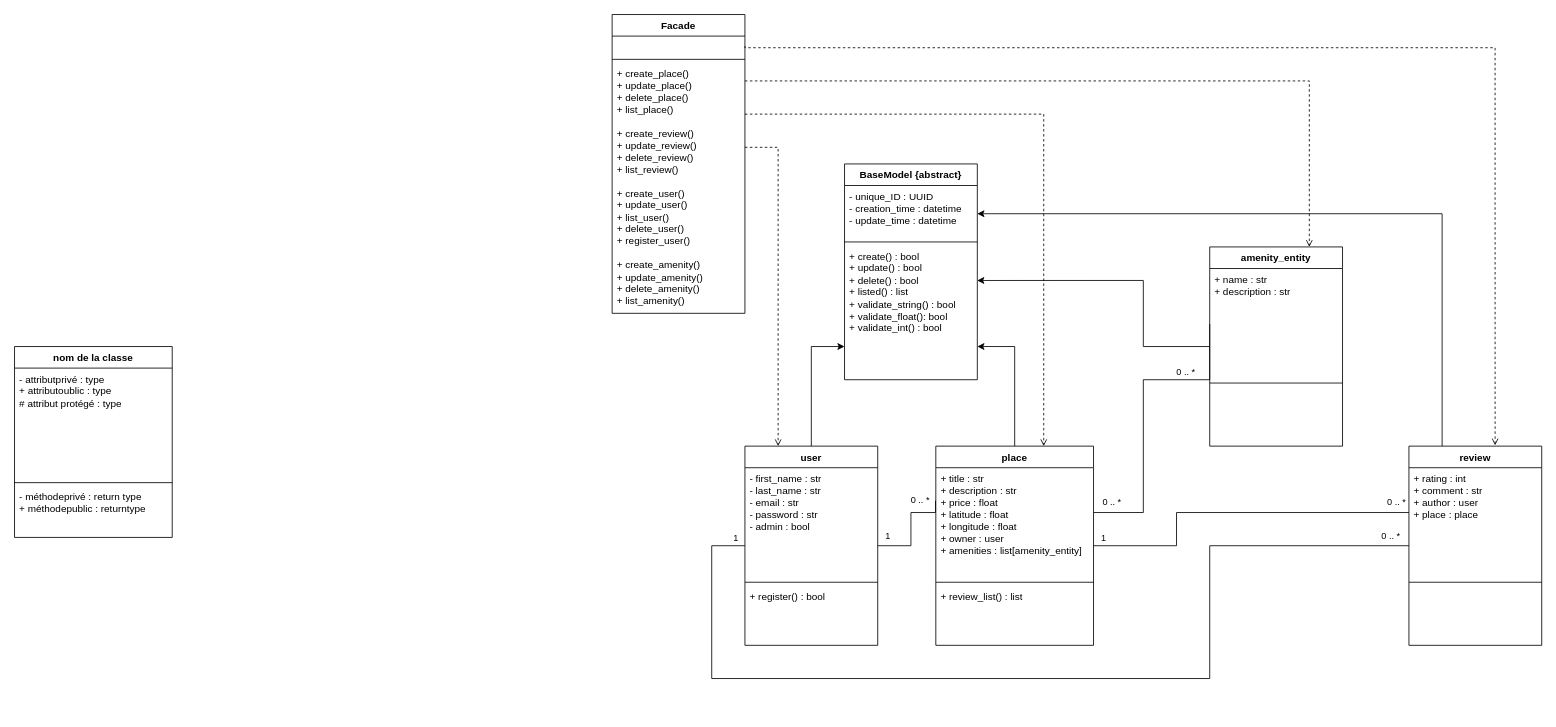
OursBlanc42/holberton_hbnb keeps this draw.io diagram as class_diagram.drawio. Above is the earlier version. Source tidied: cells renumbered, new cells numbered last; positions are measured from the earlier drawing's top-left corner, leaving out a move shared by most shapes. Both pictures are drawn from the tidied source at 83%, with x=0, y=0 at pixel (14, 14).
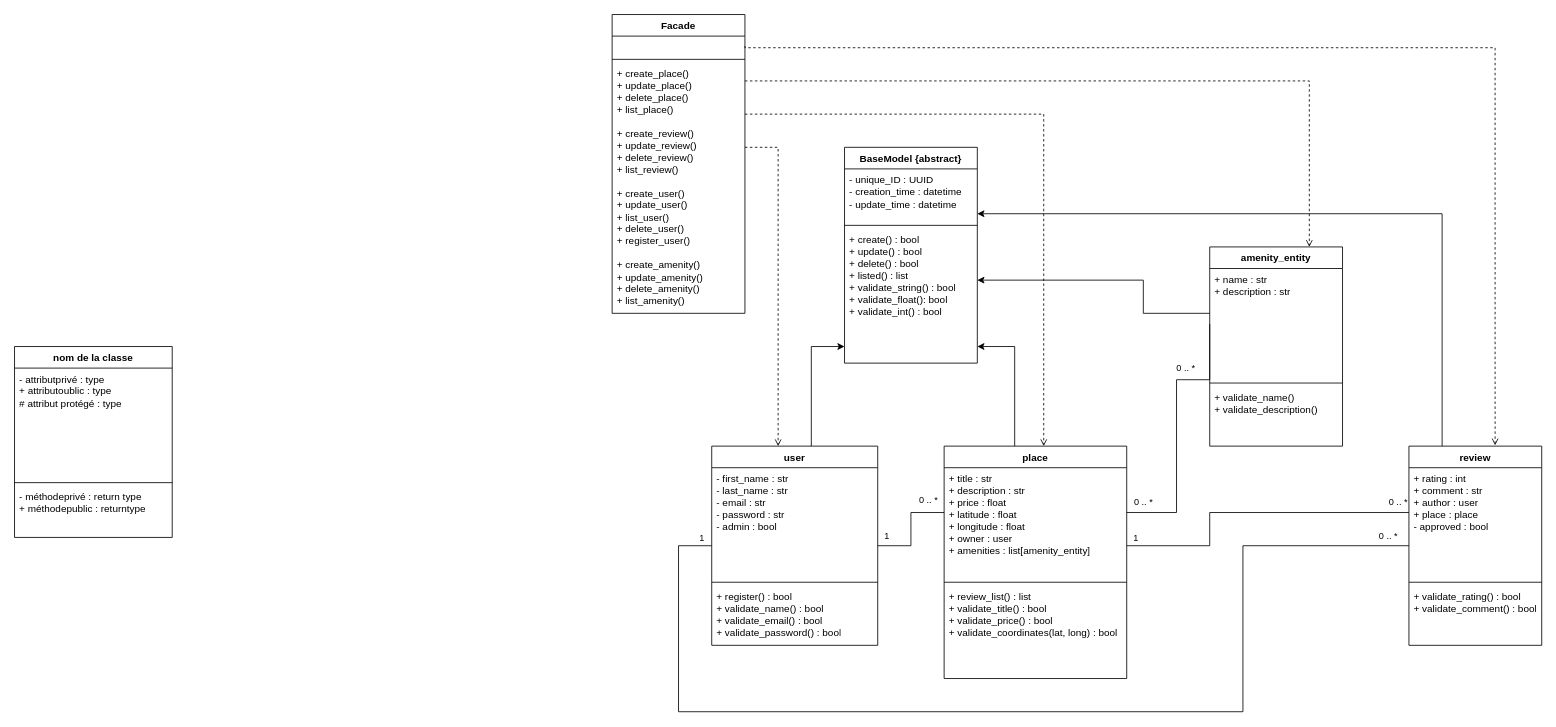
Above is the later version.

Commit message (it also covers changes not shown here):
add diagram creating place, and enhance explanation in .md

Unchanged cells that the change refers to:
```xml
<mxCell id="17" value="+ create() : bool&lt;div&gt;+ update() : bool&lt;/div&gt;&lt;div&gt;+ delete() : bool&lt;/div&gt;&lt;div&gt;+ listed() : list&lt;/div&gt;&lt;div&gt;+ validate_string() : bool&lt;/div&gt;&lt;div&gt;+ validate_float(): bool&lt;/div&gt;&lt;div&gt;&lt;span style=&quot;background-color: initial;&quot;&gt;+ validate_int() : bool&lt;/span&gt;&lt;br&gt;&lt;/div&gt;" style="text;strokeColor=none;fillColor=none;align=left;verticalAlign=top;spacingLeft=4;spacingRight=4;overflow=hidden;points=[[0,0.5],[1,0.5]];portConstraint=eastwest;whiteSpace=wrap;html=1;" parent="14" vertex="1">
  <mxGeometry y="98" width="160" height="162" as="geometry" />
</mxCell>
<mxCell id="24" value="review" style="swimlane;fontStyle=1;align=center;verticalAlign=top;horizontal=1;startSize=26;whiteSpace=wrap;html=1;" parent="1" vertex="1">
  <mxGeometry x="1680" y="520" width="160" height="240" as="geometry" />
</mxCell>
<mxCell id="28" value="amenity_entity" style="swimlane;fontStyle=1;align=center;verticalAlign=top;horizontal=1;startSize=26;whiteSpace=wrap;html=1;" parent="1" vertex="1">
  <mxGeometry x="1440" y="280" width="160" height="240" as="geometry" />
</mxCell>
<mxCell id="29" value="+ name : str&lt;div&gt;+ description : str&lt;/div&gt;" style="text;strokeColor=none;fillColor=none;align=left;verticalAlign=top;spacingLeft=4;spacingRight=4;overflow=hidden;points=[[0,0.5],[1,0.5]];portConstraint=eastwest;whiteSpace=wrap;html=1;" parent="28" vertex="1">
  <mxGeometry y="26" width="160" height="134" as="geometry" />
</mxCell>
<mxCell id="45" value="+ create_place()&lt;div&gt;+ update_place()&lt;/div&gt;&lt;div&gt;+ delete_place()&lt;/div&gt;&lt;div&gt;+ list_place()&lt;/div&gt;&lt;div&gt;&lt;br&gt;&lt;/div&gt;&lt;div&gt;+ create_review()&lt;br&gt;+ update_review()&lt;/div&gt;&lt;div&gt;+ delete_review()&lt;/div&gt;&lt;div&gt;+ list_review()&lt;/div&gt;&lt;div&gt;&lt;br&gt;&lt;/div&gt;&lt;div&gt;+ create_user()&lt;/div&gt;&lt;div&gt;+ update_user()&lt;/div&gt;&lt;div&gt;+ list_user()&lt;/div&gt;&lt;div&gt;+ delete_user()&lt;/div&gt;&lt;div&gt;+ register_user()&lt;/div&gt;&lt;div&gt;&lt;br&gt;&lt;/div&gt;&lt;div&gt;+ create_amenity()&lt;/div&gt;&lt;div&gt;+ update_amenity()&lt;/div&gt;&lt;div&gt;+ delete_amenity()&lt;/div&gt;&lt;div&gt;+ list_amenity()&lt;/div&gt;&lt;div&gt;&lt;br&gt;&lt;/div&gt;&lt;div&gt;&lt;br&gt;&lt;/div&gt;" style="text;strokeColor=none;fillColor=none;align=left;verticalAlign=top;spacingLeft=4;spacingRight=4;overflow=hidden;points=[[0,0.5],[1,0.5]];portConstraint=eastwest;whiteSpace=wrap;html=1;" parent="42" vertex="1">
  <mxGeometry y="58" width="160" height="302" as="geometry" />
</mxCell>
```

Change to the diagram source:
```diff
@@
     <mxCell id="3" style="edgeStyle=orthogonalEdgeStyle;rounded=0;jettySize=auto;html=1;endArrow=none;startFill=0;" parent="1" edge="1" source="6" target="25">
       <mxGeometry relative="1" as="geometry">
         <Array as="points">
-          <mxPoint x="840" y="640" />
-          <mxPoint x="840" y="800" />
-          <mxPoint x="1440" y="800" />
-          <mxPoint x="1440" y="640" />
+          <mxPoint x="800" y="640" />
+          <mxPoint x="800" y="840" />
+          <mxPoint x="1480" y="840" />
+          <mxPoint x="1480" y="640" />
         </Array>
       </mxGeometry>
     </mxCell>
@@
     <mxCell id="6" value="user" style="swimlane;fontStyle=1;align=center;verticalAlign=top;horizontal=1;startSize=26;whiteSpace=wrap;html=1;" parent="1" vertex="1">
-      <mxGeometry x="880" y="520" width="160" height="240" as="geometry" />
+      <mxGeometry x="840" y="520" width="200" height="240" as="geometry" />
     </mxCell>
     <mxCell id="7" value="- first_name : str&lt;div&gt;- last_name : str&lt;/div&gt;&lt;div&gt;- email : str&lt;/div&gt;&lt;div&gt;- password : str&lt;/div&gt;&lt;div&gt;- admin : bool&lt;/div&gt;" style="text;strokeColor=none;fillColor=none;align=left;verticalAlign=top;spacingLeft=4;spacingRight=4;overflow=hidden;points=[[0,0.5],[1,0.5]];portConstraint=eastwest;whiteSpace=wrap;html=1;" parent="6" vertex="1">
-      <mxGeometry y="26" width="160" height="134" as="geometry" />
+      <mxGeometry y="26" width="200" height="134" as="geometry" />
     </mxCell>
     <mxCell id="8" style="line;strokeWidth=1;fillColor=none;align=left;verticalAlign=middle;spacingTop=-1;spacingLeft=3;spacingRight=3;labelPosition=right;strokeColor=inherit;" parent="6" vertex="1">
-      <mxGeometry y="160" width="160" height="8" as="geometry" />
+      <mxGeometry y="160" width="200" height="8" as="geometry" />
     </mxCell>
-    <mxCell id="9" value="+ register() : bool" style="text;strokeColor=none;fillColor=none;align=left;verticalAlign=top;spacingLeft=4;spacingRight=4;overflow=hidden;whiteSpace=wrap;html=1;" parent="6" vertex="1">
-      <mxGeometry y="168" width="160" height="72" as="geometry" />
+    <mxCell id="9" value="+ register() : bool&lt;div&gt;+ validate_name() : bool&lt;br&gt;&lt;div&gt;+ validate_email() : bool&lt;/div&gt;&lt;/div&gt;&lt;div&gt;+ validate_password() : bool&lt;/div&gt;" style="text;strokeColor=none;fillColor=none;align=left;verticalAlign=top;spacingLeft=4;spacingRight=4;overflow=hidden;whiteSpace=wrap;html=1;" parent="6" vertex="1">
+      <mxGeometry y="168" width="200" height="72" as="geometry" />
     </mxCell>
@@
     <mxCell id="14" value="BaseModel {abstract}" style="swimlane;fontStyle=1;align=center;verticalAlign=top;horizontal=1;startSize=26;whiteSpace=wrap;html=1;" parent="1" vertex="1">
-      <mxGeometry x="1000" y="180" width="160" height="260" as="geometry" />
+      <mxGeometry x="1000" y="160" width="160" height="260" as="geometry" />
     </mxCell>
@@
     <mxCell id="19" value="place" style="swimlane;fontStyle=1;align=center;verticalAlign=top;horizontal=1;startSize=26;whiteSpace=wrap;html=1;" parent="1" vertex="1">
-      <mxGeometry x="1110" y="520" width="190" height="240" as="geometry" />
+      <mxGeometry x="1120" y="520" width="220" height="280" as="geometry" />
     </mxCell>
     <mxCell id="20" value="+ title : str&lt;div&gt;+ description : str&lt;/div&gt;&lt;div&gt;+ price : float&lt;/div&gt;&lt;div&gt;+&amp;nbsp;&lt;span style=&quot;background-color: transparent;&quot;&gt;latitude : float&lt;/span&gt;&lt;/div&gt;&lt;div&gt;+ longitude : float&lt;/div&gt;&lt;div&gt;+ owner : user&lt;/div&gt;&lt;div&gt;+ amenities : list[amenity_entity]&lt;/div&gt;" style="text;strokeColor=none;fillColor=none;align=left;verticalAlign=top;spacingLeft=4;spacingRight=4;overflow=hidden;points=[[0,0.5],[1,0.5]];portConstraint=eastwest;whiteSpace=wrap;html=1;" parent="19" vertex="1">
-      <mxGeometry y="26" width="190" height="134" as="geometry" />
+      <mxGeometry y="26" width="220" height="134" as="geometry" />
     </mxCell>
     <mxCell id="21" style="line;strokeWidth=1;fillColor=none;align=left;verticalAlign=middle;spacingTop=-1;spacingLeft=3;spacingRight=3;labelPosition=right;strokeColor=inherit;" parent="19" vertex="1">
-      <mxGeometry y="160" width="190" height="8" as="geometry" />
+      <mxGeometry y="160" width="220" height="8" as="geometry" />
     </mxCell>
-    <mxCell id="22" value="+ review_list() : list" style="text;strokeColor=none;fillColor=none;align=left;verticalAlign=top;spacingLeft=4;spacingRight=4;overflow=hidden;whiteSpace=wrap;html=1;" parent="19" vertex="1">
-      <mxGeometry y="168" width="190" height="72" as="geometry" />
+    <mxCell id="22" value="+ review_list() : list&lt;div&gt;+ validate_title() : bool&lt;/div&gt;&lt;div&gt;+ validate_price() : bool&lt;/div&gt;&lt;div&gt;&lt;span style=&quot;background-color: initial;&quot;&gt;+ validate_coordinates(lat, long) : bool&lt;/span&gt;&lt;br&gt;&lt;/div&gt;&lt;div&gt;&lt;br&gt;&lt;/div&gt;" style="text;strokeColor=none;fillColor=none;align=left;verticalAlign=top;spacingLeft=4;spacingRight=4;overflow=hidden;whiteSpace=wrap;html=1;" parent="19" vertex="1">
+      <mxGeometry y="168" width="220" height="112" as="geometry" />
     </mxCell>
@@
-    <mxCell id="25" value="+ rating : int&lt;div&gt;+ comment : str&lt;/div&gt;&lt;div&gt;+ author : user&lt;/div&gt;&lt;div&gt;+ place : place&lt;/div&gt;" style="text;strokeColor=none;fillColor=none;align=left;verticalAlign=top;spacingLeft=4;spacingRight=4;overflow=hidden;points=[[0,0.5],[1,0.5]];portConstraint=eastwest;whiteSpace=wrap;html=1;" parent="24" vertex="1">
+    <mxCell id="25" value="+ rating : int&lt;div&gt;+ comment : str&lt;/div&gt;&lt;div&gt;+ author : user&lt;/div&gt;&lt;div&gt;+ place : place&lt;/div&gt;&lt;div&gt;- approved : bool&lt;/div&gt;" style="text;strokeColor=none;fillColor=none;align=left;verticalAlign=top;spacingLeft=4;spacingRight=4;overflow=hidden;points=[[0,0.5],[1,0.5]];portConstraint=eastwest;whiteSpace=wrap;html=1;" parent="24" vertex="1">
       <mxGeometry y="26" width="160" height="134" as="geometry" />
     </mxCell>
@@
-    <mxCell id="27" value="&amp;nbsp;" style="text;strokeColor=none;fillColor=none;align=left;verticalAlign=top;spacingLeft=4;spacingRight=4;overflow=hidden;whiteSpace=wrap;html=1;" parent="24" vertex="1">
+    <mxCell id="27" value="+ validate_rating() : bool&lt;div&gt;+ validate_comment() : bool&lt;/div&gt;" style="text;strokeColor=none;fillColor=none;align=left;verticalAlign=top;spacingLeft=4;spacingRight=4;overflow=hidden;whiteSpace=wrap;html=1;" parent="24" vertex="1">
       <mxGeometry y="168" width="160" height="72" as="geometry" />
     </mxCell>
@@
-    <mxCell id="31" value="&lt;div&gt;&lt;br&gt;&lt;/div&gt;" style="text;strokeColor=none;fillColor=none;align=left;verticalAlign=top;spacingLeft=4;spacingRight=4;overflow=hidden;whiteSpace=wrap;html=1;" parent="28" vertex="1">
+    <mxCell id="31" value="&lt;div&gt;+ validate_name()&lt;/div&gt;&lt;div&gt;+ validate_description()&lt;/div&gt;" style="text;strokeColor=none;fillColor=none;align=left;verticalAlign=top;spacingLeft=4;spacingRight=4;overflow=hidden;whiteSpace=wrap;html=1;" parent="28" vertex="1">
       <mxGeometry y="168" width="160" height="72" as="geometry" />
     </mxCell>
-    <mxCell id="32" style="edgeStyle=orthogonalEdgeStyle;rounded=0;jettySize=auto;html=1;entryX=0.999;entryY=0.262;entryDx=0;entryDy=0;entryPerimeter=0;" parent="1" edge="1" source="28" target="17">
+    <mxCell id="32" style="edgeStyle=orthogonalEdgeStyle;rounded=0;jettySize=auto;html=1;" parent="1" edge="1" source="28">
       <mxGeometry relative="1" as="geometry">
+        <mxPoint x="1160" y="320" as="targetPoint" />
         <Array as="points">
-          <mxPoint x="1360" y="400" />
+          <mxPoint x="1360" y="360" />
           <mxPoint x="1360" y="320" />
         </Array>
       </mxGeometry>
     </mxCell>
     <mxCell id="33" style="edgeStyle=orthogonalEdgeStyle;rounded=0;jettySize=auto;html=1;entryX=0;entryY=0.5;entryDx=0;entryDy=0;endArrow=none;startFill=0;" parent="1" edge="1" source="20" target="29">
       <mxGeometry relative="1" as="geometry">
         <Array as="points">
-          <mxPoint x="1360" y="600" />
-          <mxPoint x="1360" y="440" />
+          <mxPoint x="1400" y="600" />
+          <mxPoint x="1400" y="440" />
           <mxPoint x="1440" y="440" />
         </Array>
       </mxGeometry>
     </mxCell>
@@
-    <mxCell id="36" style="edgeStyle=orthogonalEdgeStyle;rounded=0;jettySize=auto;html=1;entryX=-0.002;entryY=0.296;entryDx=0;entryDy=0;entryPerimeter=0;endArrow=none;startFill=0;" parent="1" edge="1" source="7" target="20">
+    <mxCell id="36" style="edgeStyle=orthogonalEdgeStyle;rounded=0;jettySize=auto;html=1;endArrow=none;startFill=0;" parent="1" edge="1" source="7">
       <mxGeometry relative="1" as="geometry">
+        <mxPoint x="1120" y="600" as="targetPoint" />
         <Array as="points">
           <mxPoint x="1080" y="640" />
           <mxPoint x="1080" y="600" />
-          <mxPoint x="1110" y="600" />
+          <mxPoint x="1120" y="600" />
         </Array>
       </mxGeometry>
     </mxCell>
@@
     <mxCell id="38" value="0 .. *" style="edgeLabel;html=1;align=center;verticalAlign=middle;" parent="36" vertex="1">
       <mxGeometry x="0.73" relative="1" as="geometry">
-        <mxPoint x="-17" y="-16" as="offset" />
+        <mxPoint x="-4" y="-16" as="offset" />
       </mxGeometry>
     </mxCell>
     <mxCell id="39" style="edgeStyle=orthogonalEdgeStyle;rounded=0;jettySize=auto;html=1;endArrow=none;startFill=0;" parent="1" edge="1" source="20" target="25">
       <mxGeometry relative="1" as="geometry">
         <Array as="points">
-          <mxPoint x="1400" y="640" />
-          <mxPoint x="1400" y="600" />
+          <mxPoint x="1440" y="640" />
+          <mxPoint x="1440" y="600" />
         </Array>
       </mxGeometry>
     </mxCell>
@@
-    <mxCell id="49" style="edgeStyle=orthogonalEdgeStyle;rounded=0;jettySize=auto;html=1;entryX=0.25;entryY=0;entryDx=0;entryDy=0;dashed=1;endArrow=open;endFill=0;" parent="1" edge="1" source="45" target="6">
+    <mxCell id="49" style="edgeStyle=orthogonalEdgeStyle;rounded=0;jettySize=auto;html=1;dashed=1;endArrow=open;endFill=0;" parent="1" edge="1" source="45">
       <mxGeometry relative="1" as="geometry">
+        <mxPoint x="920" y="520" as="targetPoint" />
         <Array as="points">
           <mxPoint x="920" y="160" />
         </Array>
       </mxGeometry>
     </mxCell>
```
